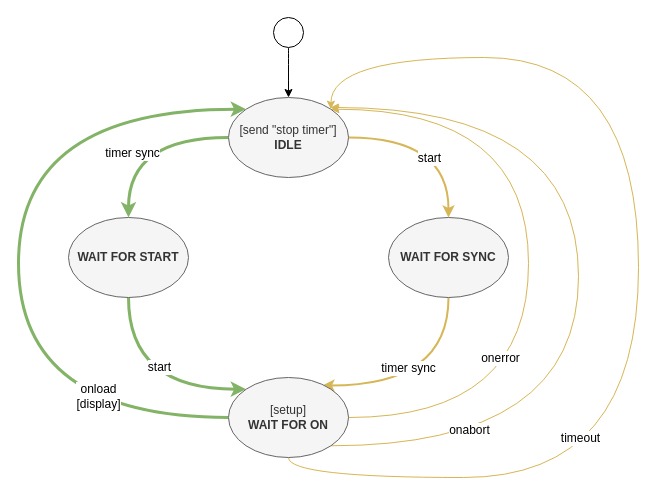
guitarvydas/ag-js-3 keeps this draw.io diagram as page "CallbackLogic State Machine" (6 of 8) of drawing.drawio. Above is the earlier version. Source tidied: cells renumbered, new cells numbered last; positions are measured from the earlier drawing's top-left corner, leaving out a move shared by most shapes. Both pictures are drawn from the tidied source at 100%, with x=0, y=0 at pixel (18, 17).
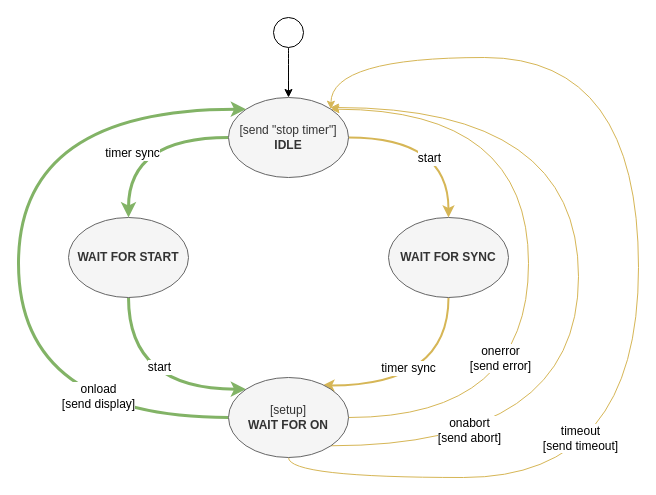
After the change.

Unchanged cells that the change refers to:
```xml
<mxCell id="15" style="edgeStyle=orthogonalEdgeStyle;curved=1;jettySize=auto;html=1;exitX=0;exitY=0.5;exitDx=0;exitDy=0;entryX=0;entryY=0;entryDx=0;entryDy=0;fillColor=#d5e8d4;strokeColor=#82b366;strokeWidth=3;" parent="1" edge="1" source="23" target="6">
  <mxGeometry relative="1" as="geometry">
    <Array as="points">
      <mxPoint y="400" />
      <mxPoint y="92" />
    </Array>
  </mxGeometry>
</mxCell>
<mxCell id="17" style="edgeStyle=orthogonalEdgeStyle;curved=1;jettySize=auto;html=1;exitX=1;exitY=0.5;exitDx=0;exitDy=0;entryX=1;entryY=0;entryDx=0;entryDy=0;fillColor=#fff2cc;strokeColor=#d6b656;" parent="1" edge="1" source="23" target="6">
  <mxGeometry relative="1" as="geometry">
    <Array as="points">
      <mxPoint x="510" y="400" />
      <mxPoint x="510" y="92" />
    </Array>
  </mxGeometry>
</mxCell>
<mxCell id="19" style="edgeStyle=orthogonalEdgeStyle;curved=1;jettySize=auto;html=1;exitX=1;exitY=1;exitDx=0;exitDy=0;fillColor=#fff2cc;strokeColor=#d6b656;" parent="1" edge="1" source="23">
  <mxGeometry relative="1" as="geometry">
    <mxPoint x="312" y="90" as="targetPoint" />
    <Array as="points">
      <mxPoint x="560" y="428" />
      <mxPoint x="560" y="90" />
    </Array>
  </mxGeometry>
</mxCell>
<mxCell id="21" style="edgeStyle=orthogonalEdgeStyle;curved=1;jettySize=auto;html=1;exitX=0.5;exitY=1;exitDx=0;exitDy=0;entryX=1;entryY=0;entryDx=0;entryDy=0;fillColor=#fff2cc;strokeColor=#d6b656;" parent="1" edge="1" source="23" target="6">
  <mxGeometry relative="1" as="geometry">
    <Array as="points">
      <mxPoint x="270" y="460" />
      <mxPoint x="620" y="460" />
      <mxPoint x="620" y="40" />
      <mxPoint x="312" y="40" />
    </Array>
  </mxGeometry>
</mxCell>
```

Change to the diagram source:
```diff
@@
-    <mxCell id="16" value="onload&lt;br&gt;[display]" style="text;html=1;align=center;verticalAlign=middle;labelBackgroundColor=#ffffff;" parent="15" vertex="1">
+    <mxCell id="16" value="onload&lt;br&gt;[send display]" style="text;html=1;align=center;verticalAlign=middle;labelBackgroundColor=#ffffff;" parent="15" vertex="1">
       <mxGeometry x="-0.65" y="-22" relative="1" as="geometry" />
     </mxCell>
@@
-    <mxCell id="18" value="onerror" style="text;html=1;align=center;verticalAlign=middle;labelBackgroundColor=#ffffff;" parent="17" vertex="1">
+    <mxCell id="18" value="onerror&lt;br&gt;[send error]" style="text;html=1;align=center;verticalAlign=middle;labelBackgroundColor=#ffffff;" parent="17" vertex="1">
       <mxGeometry x="-0.69" y="16" relative="1" as="geometry">
         <mxPoint x="45" y="-44" as="offset" />
       </mxGeometry>
     </mxCell>
@@
-    <mxCell id="20" value="onabort" style="text;html=1;align=center;verticalAlign=middle;labelBackgroundColor=#ffffff;" parent="19" vertex="1">
+    <mxCell id="20" value="onabort&lt;br&gt;[send abort]" style="text;html=1;align=center;verticalAlign=middle;labelBackgroundColor=#ffffff;" parent="19" vertex="1">
       <mxGeometry x="-0.67" y="16" relative="1" as="geometry" />
     </mxCell>
@@
-    <mxCell id="22" value="timeout" style="text;html=1;align=center;verticalAlign=middle;labelBackgroundColor=#ffffff;" parent="21" vertex="1">
+    <mxCell id="22" value="timeout&lt;br&gt;[send timeout]" style="text;html=1;align=center;verticalAlign=middle;labelBackgroundColor=#ffffff;" parent="21" vertex="1">
       <mxGeometry x="-0.5" y="12" relative="1" as="geometry">
         <mxPoint x="24" y="-28" as="offset" />
       </mxGeometry>
     </mxCell>
```
